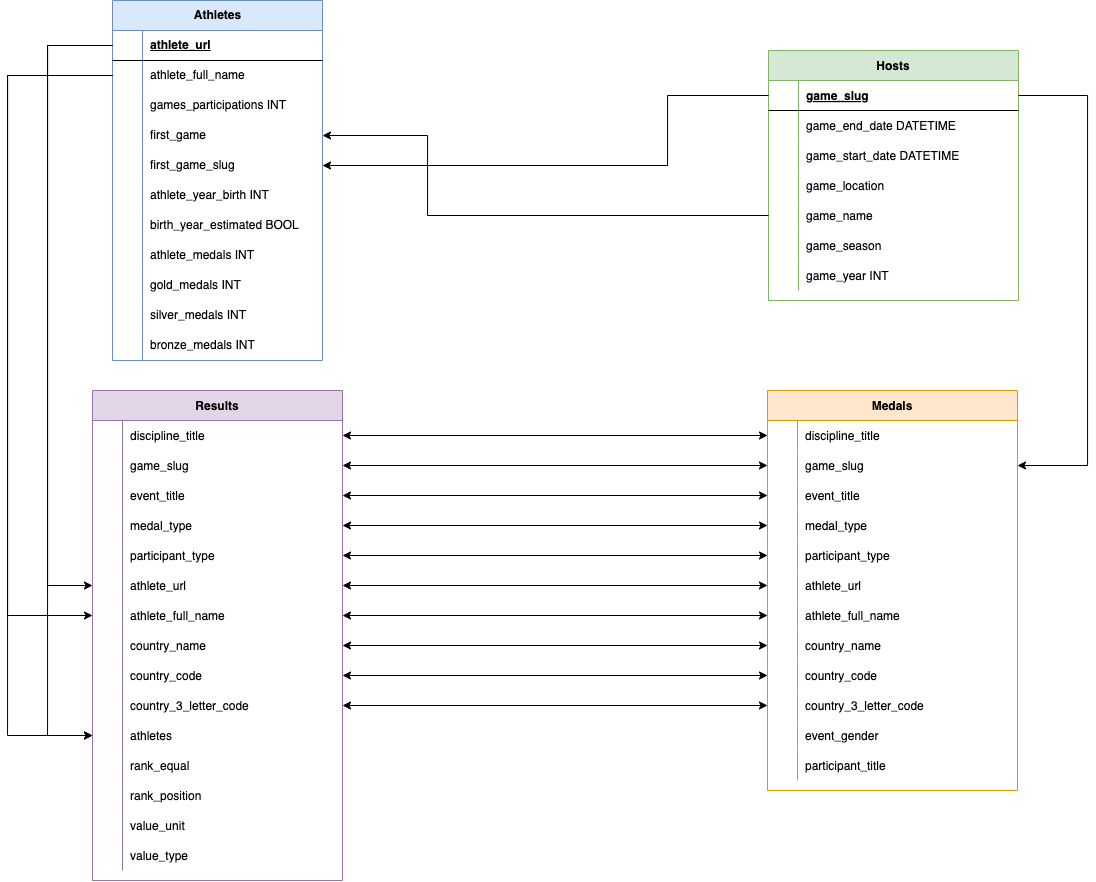
Earlier version of the draw.io export MER_DatosProcesados.drawio.png (Hiro1308/obligatorio_olimpiadas). Source tidied: cells renumbered, new cells last; positions are measured from the earlier drawing's top-left corner, leaving out a move shared by most shapes.
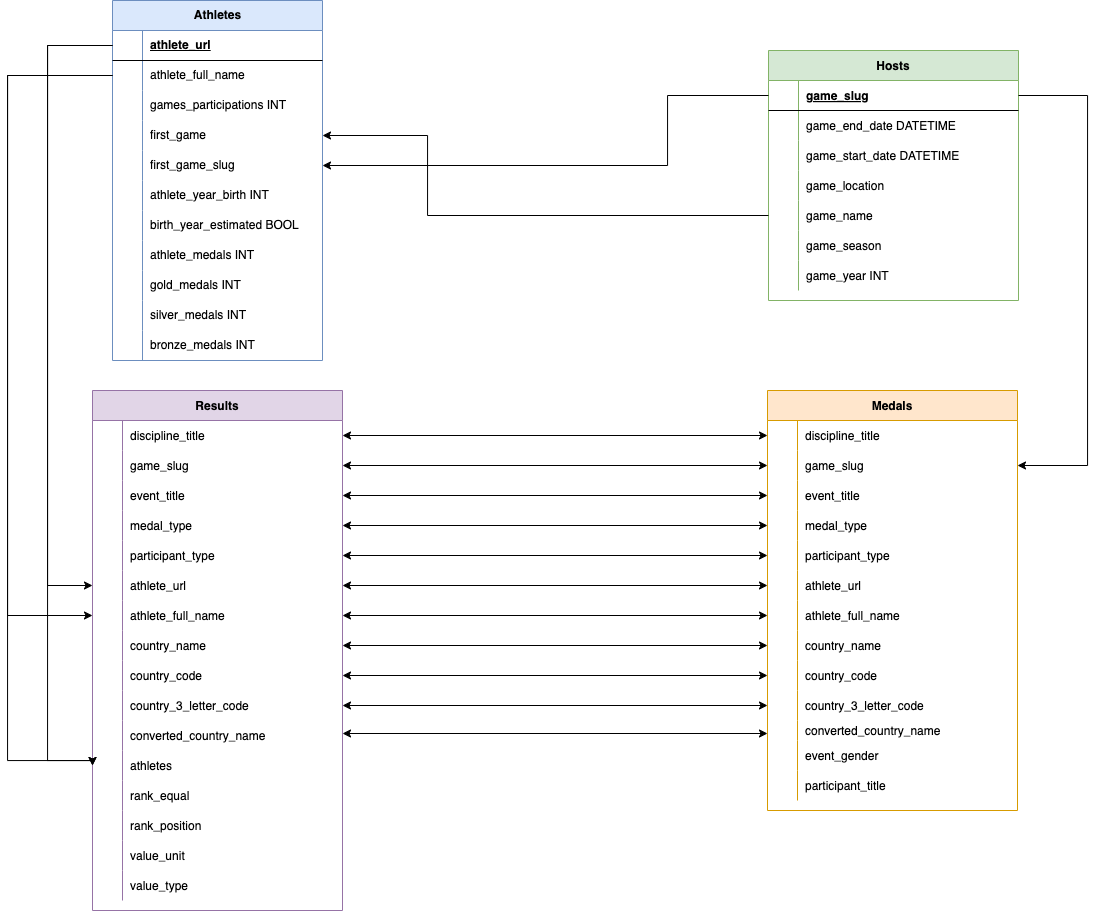
The same file after the commit.

What changed in the source:
```diff
@@ -69,7 +69,7 @@
       <mxGeometry x="30" width="220" height="30" as="geometry" />
     </mxCell>
     <mxCell id="24" value="Medals" style="shape=table;startSize=30;rowLines=0;fontStyle=1;align=center;fillColor=#ffe6cc;strokeColor=#d79b00;" parent="1" vertex="1">
-      <mxGeometry x="760" y="390" width="250" height="400" as="geometry" />
+      <mxGeometry x="760" y="390" width="250" height="420" as="geometry" />
     </mxCell>
     <mxCell id="25" style="shape=partialRectangle;fillColor=none;points=[[0,0.5],[1,0.5]];portConstraint=eastwest;top=0;left=0;right=0;bottom=0;" parent="24" vertex="1">
       <mxGeometry y="30" width="250" height="30" as="geometry" />
@@ -161,8 +161,17 @@
     <mxCell id="54" value="country_3_letter_code" style="shape=partialRectangle;overflow=hidden;fillColor=none;top=0;left=0;bottom=0;right=0;align=left;spacingLeft=6;" parent="52" vertex="1">
       <mxGeometry x="30" width="220" height="30" as="geometry" />
     </mxCell>
+    <mxCell id="158" style="shape=partialRectangle;fillColor=none;top=0;left=0;right=0;bottom=0;" parent="24" vertex="1">
+      <mxGeometry y="330" width="250" height="20" as="geometry" />
+    </mxCell>
+    <mxCell id="159" style="shape=partialRectangle;overflow=hidden;fillColor=none;top=0;left=0;bottom=0;right=0;" parent="158" vertex="1">
+      <mxGeometry width="30" height="20" as="geometry" />
+    </mxCell>
+    <mxCell id="160" value="converted_country_name" style="shape=partialRectangle;overflow=hidden;fillColor=none;top=0;left=0;bottom=0;right=0;align=left;spacingLeft=6;" parent="158" vertex="1">
+      <mxGeometry x="30" width="220" height="20" as="geometry" />
+    </mxCell>
     <mxCell id="55" style="shape=partialRectangle;fillColor=none;top=0;left=0;right=0;bottom=0;" parent="24" vertex="1">
-      <mxGeometry y="330" width="250" height="30" as="geometry" />
+      <mxGeometry y="350" width="250" height="30" as="geometry" />
     </mxCell>
     <mxCell id="56" style="shape=partialRectangle;overflow=hidden;fillColor=none;top=0;left=0;bottom=0;right=0;" parent="55" vertex="1">
       <mxGeometry width="30" height="30" as="geometry" />
@@ -171,7 +180,7 @@
       <mxGeometry x="30" width="220" height="30" as="geometry" />
     </mxCell>
     <mxCell id="58" style="shape=partialRectangle;fillColor=none;top=0;left=0;right=0;bottom=0;" parent="24" vertex="1">
-      <mxGeometry y="360" width="250" height="30" as="geometry" />
+      <mxGeometry y="380" width="250" height="30" as="geometry" />
     </mxCell>
     <mxCell id="59" style="shape=partialRectangle;overflow=hidden;fillColor=none;top=0;left=0;bottom=0;right=0;" parent="58" vertex="1">
       <mxGeometry width="30" height="30" as="geometry" />
@@ -282,7 +291,7 @@
       <mxGeometry x="30" width="180" height="30" as="geometry" />
     </mxCell>
     <mxCell id="95" value="Results" style="shape=table;startSize=30;rowLines=0;fontStyle=1;align=center;fillColor=#e1d5e7;strokeColor=#9673a6;" parent="1" vertex="1">
-      <mxGeometry x="85" y="390" width="250" height="490" as="geometry" />
+      <mxGeometry x="85" y="390" width="250" height="520" as="geometry" />
     </mxCell>
     <mxCell id="96" style="shape=partialRectangle;fillColor=none;points=[[0,0.5],[1,0.5]];portConstraint=eastwest;top=0;left=0;right=0;bottom=0;" parent="95" vertex="1">
       <mxGeometry y="30" width="250" height="30" as="geometry" />
@@ -374,8 +383,17 @@
     <mxCell id="125" value="country_3_letter_code" style="shape=partialRectangle;overflow=hidden;fillColor=none;top=0;left=0;bottom=0;right=0;align=left;spacingLeft=6;" parent="123" vertex="1">
       <mxGeometry x="30" width="220" height="30" as="geometry" />
     </mxCell>
+    <mxCell id="161" style="shape=partialRectangle;fillColor=none;top=0;left=0;right=0;bottom=0;" parent="95" vertex="1">
+      <mxGeometry y="330" width="250" height="30" as="geometry" />
+    </mxCell>
+    <mxCell id="162" style="shape=partialRectangle;overflow=hidden;fillColor=none;top=0;left=0;bottom=0;right=0;" parent="161" vertex="1">
+      <mxGeometry width="30" height="30" as="geometry" />
+    </mxCell>
+    <mxCell id="163" value="converted_country_name" style="shape=partialRectangle;overflow=hidden;fillColor=none;top=0;left=0;bottom=0;right=0;align=left;spacingLeft=6;" parent="161" vertex="1">
+      <mxGeometry x="30" width="220" height="30" as="geometry" />
+    </mxCell>
     <mxCell id="126" style="shape=partialRectangle;fillColor=none;points=[[0,0.5],[1,0.5]];portConstraint=eastwest;top=0;left=0;right=0;bottom=0;" parent="95" vertex="1">
-      <mxGeometry y="330" width="250" height="30" as="geometry" />
+      <mxGeometry y="360" width="250" height="30" as="geometry" />
     </mxCell>
     <mxCell id="127" style="shape=partialRectangle;overflow=hidden;fillColor=none;top=0;left=0;bottom=0;right=0;" parent="126" vertex="1">
       <mxGeometry width="30" height="30" as="geometry" />
@@ -384,7 +402,7 @@
       <mxGeometry x="30" width="220" height="30" as="geometry" />
     </mxCell>
     <mxCell id="129" style="shape=partialRectangle;fillColor=none;top=0;left=0;right=0;bottom=0;" parent="95" vertex="1">
-      <mxGeometry y="360" width="250" height="30" as="geometry" />
+      <mxGeometry y="390" width="250" height="30" as="geometry" />
     </mxCell>
     <mxCell id="130" style="shape=partialRectangle;overflow=hidden;fillColor=none;top=0;left=0;bottom=0;right=0;" parent="129" vertex="1">
       <mxGeometry width="30" height="30" as="geometry" />
@@ -393,7 +411,7 @@
       <mxGeometry x="30" width="220" height="30" as="geometry" />
     </mxCell>
     <mxCell id="132" style="shape=partialRectangle;fillColor=none;top=0;left=0;right=0;bottom=0;" parent="95" vertex="1">
-      <mxGeometry y="390" width="250" height="30" as="geometry" />
+      <mxGeometry y="420" width="250" height="30" as="geometry" />
     </mxCell>
     <mxCell id="133" style="shape=partialRectangle;overflow=hidden;fillColor=none;top=0;left=0;bottom=0;right=0;" parent="132" vertex="1">
       <mxGeometry width="30" height="30" as="geometry" />
@@ -402,7 +420,7 @@
       <mxGeometry x="30" width="220" height="30" as="geometry" />
     </mxCell>
     <mxCell id="135" style="shape=partialRectangle;fillColor=none;top=0;left=0;right=0;bottom=0;" parent="95" vertex="1">
-      <mxGeometry y="420" width="250" height="30" as="geometry" />
+      <mxGeometry y="450" width="250" height="30" as="geometry" />
     </mxCell>
     <mxCell id="136" style="shape=partialRectangle;overflow=hidden;fillColor=none;top=0;left=0;bottom=0;right=0;" parent="135" vertex="1">
       <mxGeometry width="30" height="30" as="geometry" />
@@ -411,7 +429,7 @@
       <mxGeometry x="30" width="220" height="30" as="geometry" />
     </mxCell>
     <mxCell id="138" style="shape=partialRectangle;fillColor=none;top=0;left=0;right=0;bottom=0;" parent="95" vertex="1">
-      <mxGeometry y="450" width="250" height="30" as="geometry" />
+      <mxGeometry y="480" width="250" height="30" as="geometry" />
     </mxCell>
     <mxCell id="139" style="shape=partialRectangle;overflow=hidden;fillColor=none;top=0;left=0;bottom=0;right=0;" parent="138" vertex="1">
       <mxGeometry width="30" height="30" as="geometry" />
@@ -484,7 +502,8 @@
     <mxCell id="155" style="edgeStyle=orthogonalEdgeStyle;rounded=0;jettySize=auto;html=1;exitX=0;exitY=0.5;exitDx=0;exitDy=0;entryX=0;entryY=0.5;entryDx=0;entryDy=0;startArrow=classic;startFill=1;endArrow=none;endFill=0;" parent="1" edge="1" source="126" target="62">
       <mxGeometry relative="1" as="geometry">
         <Array as="points">
-          <mxPoint x="40" y="735" />
+          <mxPoint x="85" y="760" />
+          <mxPoint x="40" y="760" />
           <mxPoint x="40" y="45" />
         </Array>
       </mxGeometry>
@@ -493,7 +512,8 @@
       <mxGeometry relative="1" as="geometry">
         <Array as="points">
           <mxPoint y="75" />
-          <mxPoint y="735" />
+          <mxPoint y="760" />
+          <mxPoint x="85" y="760" />
         </Array>
       </mxGeometry>
     </mxCell>
@@ -505,5 +525,11 @@
         </Array>
       </mxGeometry>
     </mxCell>
+    <mxCell id="164" style="edgeStyle=orthogonalEdgeStyle;rounded=0;orthogonalLoop=1;jettySize=auto;html=1;entryX=0;entryY=0.5;entryDx=0;entryDy=0;startArrow=classic;startFill=1;" parent="1" edge="1">
+      <mxGeometry relative="1" as="geometry">
+        <mxPoint x="335" y="733" as="sourcePoint" />
+        <mxPoint x="760" y="733" as="targetPoint" />
+      </mxGeometry>
+    </mxCell>
   </root>
 </mxGraphModel>
```
